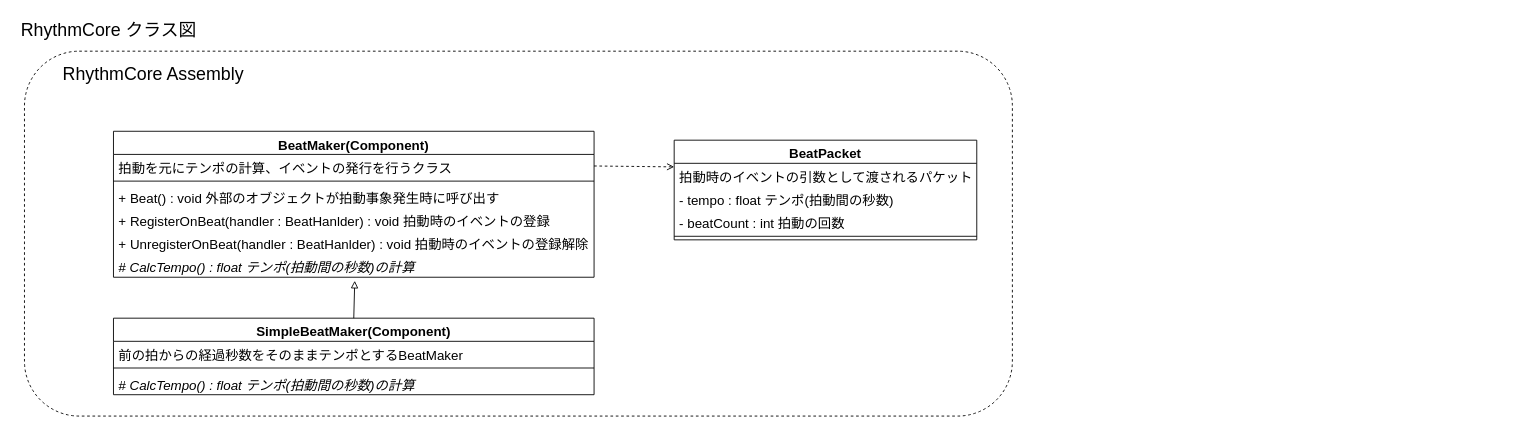
This is Designs/RhythmCore_ClassDiagram.drawio from Dumble009/RhythmCore, a draw.io file, before an edit. Source tidied: cells renumbered, new cells numbered last; positions are measured from the earlier drawing's top-left corner, leaving out a move shared by most shapes. Both pictures are drawn from the tidied source at 89%, with x=0, y=0 at pixel (15, 15).
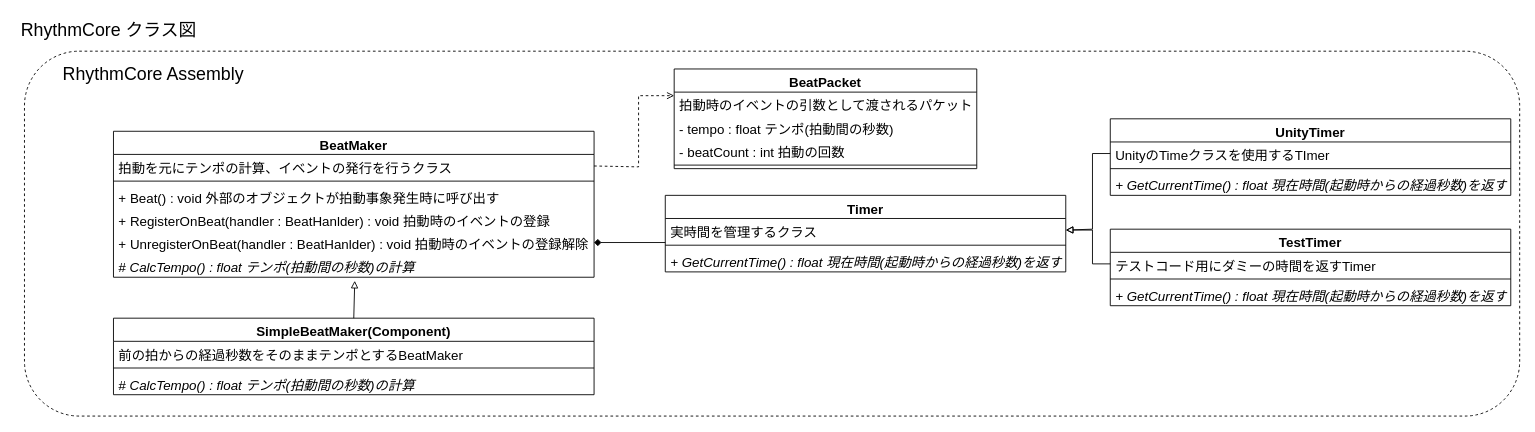
The same page after the edit.

Commit message (it also covers changes not shown here):
Master : Make BeatMaker non Mono class

The change refers to these unchanged cells:
```xml
<mxCell id="5" value="拍動を元にテンポの計算、イベントの発行を行うクラス" style="text;strokeColor=none;fillColor=none;align=left;verticalAlign=top;spacingLeft=4;spacingRight=4;overflow=hidden;points=[[0,0.5],[1,0.5]];portConstraint=eastwest;fontSize=15;" parent="4" vertex="1">
  <mxGeometry y="26" width="540" height="26" as="geometry" />
</mxCell>
<mxCell id="9" value="+ UnregisterOnBeat(handler : BeatHanlder) : void 拍動時のイベントの登録解除" style="text;strokeColor=none;fillColor=none;align=left;verticalAlign=top;spacingLeft=4;spacingRight=4;overflow=hidden;points=[[0,0.5],[1,0.5]];portConstraint=eastwest;fontSize=15;fontStyle=0;" parent="4" vertex="1">
  <mxGeometry y="112" width="540" height="26" as="geometry" />
</mxCell>
<mxCell id="13" value="拍動時のイベントの引数として渡されるパケット" style="text;strokeColor=none;fillColor=none;align=left;verticalAlign=top;spacingLeft=4;spacingRight=4;overflow=hidden;points=[[0,0.5],[1,0.5]];portConstraint=eastwest;fontSize=15;" parent="12" vertex="1">
  <mxGeometry y="26" width="340" height="26" as="geometry" />
</mxCell>
```

Change to the diagram source:
```diff
@@
     <mxCell id="2" style="rounded=1;whiteSpace=wrap;html=1;fontSize=15;fillColor=none;dashed=1;" parent="1" vertex="1">
-      <mxGeometry x="10" y="40" width="1110" height="410" as="geometry" />
+      <mxGeometry x="10" y="40" width="1680" height="410" as="geometry" />
     </mxCell>
@@
-    <mxCell id="4" value="BeatMaker(Component)" style="swimlane;fontStyle=1;align=center;verticalAlign=top;horizontal=1;startSize=26;fontSize=15;" parent="1" vertex="1">
+    <mxCell id="4" value="BeatMaker" style="swimlane;fontStyle=1;align=center;verticalAlign=top;horizontal=1;startSize=26;fontSize=15;" parent="1" vertex="1">
       <mxGeometry x="110" y="130" width="540" height="164" as="geometry" />
     </mxCell>
@@
     <mxCell id="12" value="BeatPacket" style="swimlane;fontStyle=1;align=center;verticalAlign=top;horizontal=1;startSize=26;fontSize=15;" parent="1" vertex="1">
-      <mxGeometry x="740" y="140" width="340" height="112" as="geometry" />
+      <mxGeometry x="740" y="60" width="340" height="112" as="geometry" />
     </mxCell>
@@
     <mxCell id="17" style="endArrow=open;html=1;rounded=0;fontSize=15;exitX=1;exitY=0.5;exitDx=0;exitDy=0;entryX=0;entryY=0.154;entryDx=0;entryDy=0;dashed=1;endFill=0;entryPerimeter=0;" parent="1" edge="1" source="5" target="13">
-      <mxGeometry relative="1" as="geometry" />
+      <mxGeometry relative="1" as="geometry">
+        <Array as="points">
+          <mxPoint x="700" y="170" />
+          <mxPoint x="700" y="90" />
+        </Array>
+      </mxGeometry>
     </mxCell>
@@
+    <mxCell id="23" value="Timer" style="swimlane;fontStyle=1;align=center;verticalAlign=top;horizontal=1;startSize=26;fontSize=15;" parent="1" vertex="1">
+      <mxGeometry x="730" y="202" width="450" height="86" as="geometry" />
+    </mxCell>
+    <mxCell id="24" value="実時間を管理するクラス" style="text;strokeColor=none;fillColor=none;align=left;verticalAlign=top;spacingLeft=4;spacingRight=4;overflow=hidden;points=[[0,0.5],[1,0.5]];portConstraint=eastwest;fontSize=15;" parent="23" vertex="1">
+      <mxGeometry y="26" width="450" height="26" as="geometry" />
+    </mxCell>
+    <mxCell id="25" style="line;strokeWidth=1;fillColor=none;align=left;verticalAlign=middle;spacingTop=-1;spacingLeft=3;spacingRight=3;labelPosition=right;fontSize=20;" parent="23" vertex="1">
+      <mxGeometry y="52" width="450" height="8" as="geometry" />
+    </mxCell>
+    <mxCell id="26" value="+ GetCurrentTime() : float 現在時間(起動時からの経過秒数)を返す" style="text;strokeColor=none;fillColor=none;align=left;verticalAlign=top;spacingLeft=4;spacingRight=4;overflow=hidden;fontSize=15;fontStyle=2;" parent="23" vertex="1">
+      <mxGeometry y="60" width="450" height="26" as="geometry" />
+    </mxCell>
+    <mxCell id="27" style="endArrow=diamond;html=1;rounded=0;fontSize=15;exitX=0;exitY=1.038;exitDx=0;exitDy=0;entryX=1;entryY=0.5;entryDx=0;entryDy=0;endFill=1;exitPerimeter=0;" parent="1" edge="1" source="24" target="9">
+      <mxGeometry relative="1" as="geometry" />
+    </mxCell>
+    <mxCell id="28" value="UnityTimer" style="swimlane;fontStyle=1;align=center;verticalAlign=top;horizontal=1;startSize=26;fontSize=15;" parent="1" vertex="1">
+      <mxGeometry x="1230" y="116" width="450" height="86" as="geometry" />
+    </mxCell>
+    <mxCell id="29" value="UnityのTimeクラスを使用するTImer" style="text;strokeColor=none;fillColor=none;align=left;verticalAlign=top;spacingLeft=4;spacingRight=4;overflow=hidden;points=[[0,0.5],[1,0.5]];portConstraint=eastwest;fontSize=15;" parent="28" vertex="1">
+      <mxGeometry y="26" width="450" height="26" as="geometry" />
+    </mxCell>
+    <mxCell id="30" style="line;strokeWidth=1;fillColor=none;align=left;verticalAlign=middle;spacingTop=-1;spacingLeft=3;spacingRight=3;labelPosition=right;fontSize=20;" parent="28" vertex="1">
+      <mxGeometry y="52" width="450" height="8" as="geometry" />
+    </mxCell>
+    <mxCell id="31" value="+ GetCurrentTime() : float 現在時間(起動時からの経過秒数)を返す" style="text;strokeColor=none;fillColor=none;align=left;verticalAlign=top;spacingLeft=4;spacingRight=4;overflow=hidden;fontSize=15;fontStyle=2;" parent="28" vertex="1">
+      <mxGeometry y="60" width="450" height="26" as="geometry" />
+    </mxCell>
+    <mxCell id="32" style="endArrow=block;html=1;rounded=0;fontSize=15;exitX=0;exitY=0.5;exitDx=0;exitDy=0;entryX=1;entryY=0.5;entryDx=0;entryDy=0;endFill=0;" parent="1" edge="1" source="29" target="24">
+      <mxGeometry relative="1" as="geometry">
+        <Array as="points">
+          <mxPoint x="1210" y="155" />
+          <mxPoint x="1210" y="240" />
+        </Array>
+      </mxGeometry>
+    </mxCell>
+    <mxCell id="33" value="TestTimer" style="swimlane;fontStyle=1;align=center;verticalAlign=top;horizontal=1;startSize=26;fontSize=15;" parent="1" vertex="1">
+      <mxGeometry x="1230" y="240" width="450" height="86" as="geometry" />
+    </mxCell>
+    <mxCell id="34" value="テストコード用にダミーの時間を返すTimer" style="text;strokeColor=none;fillColor=none;align=left;verticalAlign=top;spacingLeft=4;spacingRight=4;overflow=hidden;points=[[0,0.5],[1,0.5]];portConstraint=eastwest;fontSize=15;" parent="33" vertex="1">
+      <mxGeometry y="26" width="450" height="26" as="geometry" />
+    </mxCell>
+    <mxCell id="35" style="line;strokeWidth=1;fillColor=none;align=left;verticalAlign=middle;spacingTop=-1;spacingLeft=3;spacingRight=3;labelPosition=right;fontSize=20;" parent="33" vertex="1">
+      <mxGeometry y="52" width="450" height="8" as="geometry" />
+    </mxCell>
+    <mxCell id="36" value="+ GetCurrentTime() : float 現在時間(起動時からの経過秒数)を返す" style="text;strokeColor=none;fillColor=none;align=left;verticalAlign=top;spacingLeft=4;spacingRight=4;overflow=hidden;fontSize=15;fontStyle=2;" parent="33" vertex="1">
+      <mxGeometry y="60" width="450" height="26" as="geometry" />
+    </mxCell>
+    <mxCell id="37" style="endArrow=block;html=1;rounded=0;fontSize=15;exitX=0;exitY=0.5;exitDx=0;exitDy=0;entryX=1;entryY=0.5;entryDx=0;entryDy=0;endFill=0;edgeStyle=elbowEdgeStyle;" parent="1" edge="1" source="34" target="24">
+      <mxGeometry relative="1" as="geometry">
+        <Array as="points">
+          <mxPoint x="1210" y="260" />
+        </Array>
+      </mxGeometry>
+    </mxCell>
```
